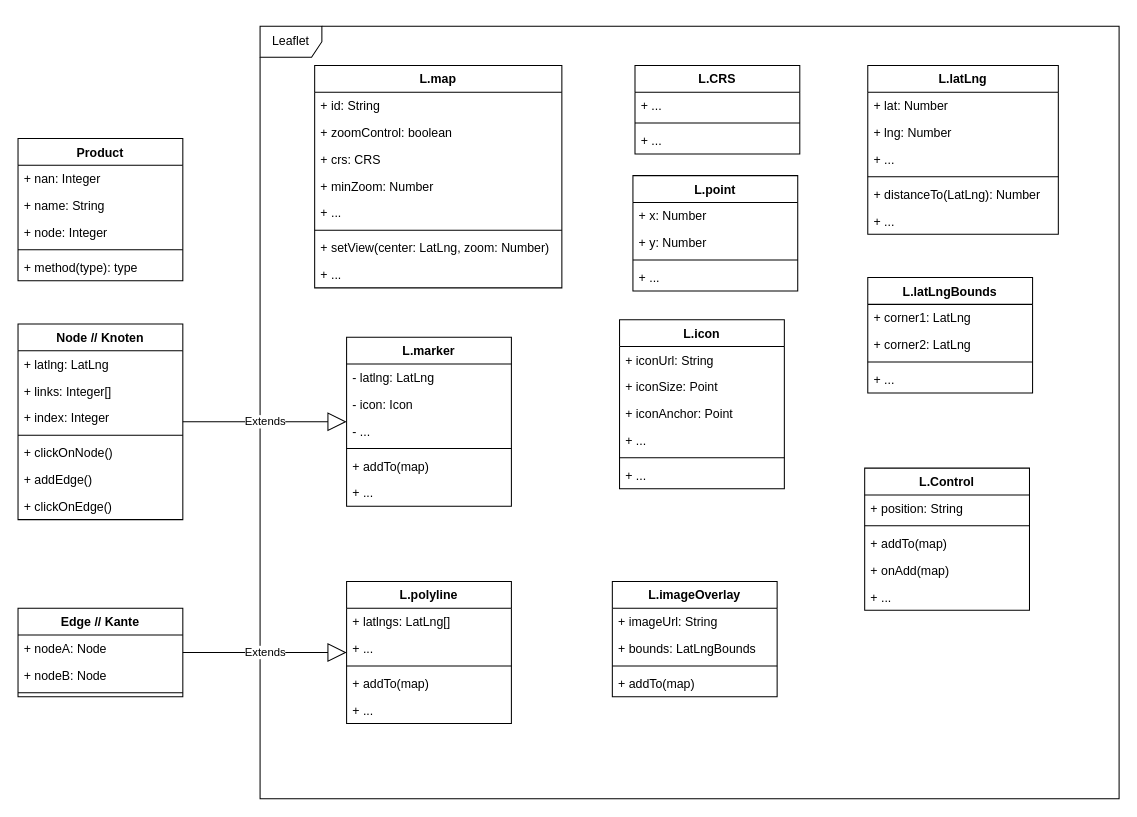
Earlier version of the draw.io diagram page "Klassendiagramm" (1 of 2) of drawio/indoor-navigation.drawio (danielgilbers/indoor-navigation). Source tidied: cells renumbered, new cells numbered last; positions are measured from the earlier drawing's top-left corner, leaving out a move shared by most shapes. Both pictures are drawn from the tidied source at 103%, with x=0, y=0 at pixel (18, 26).
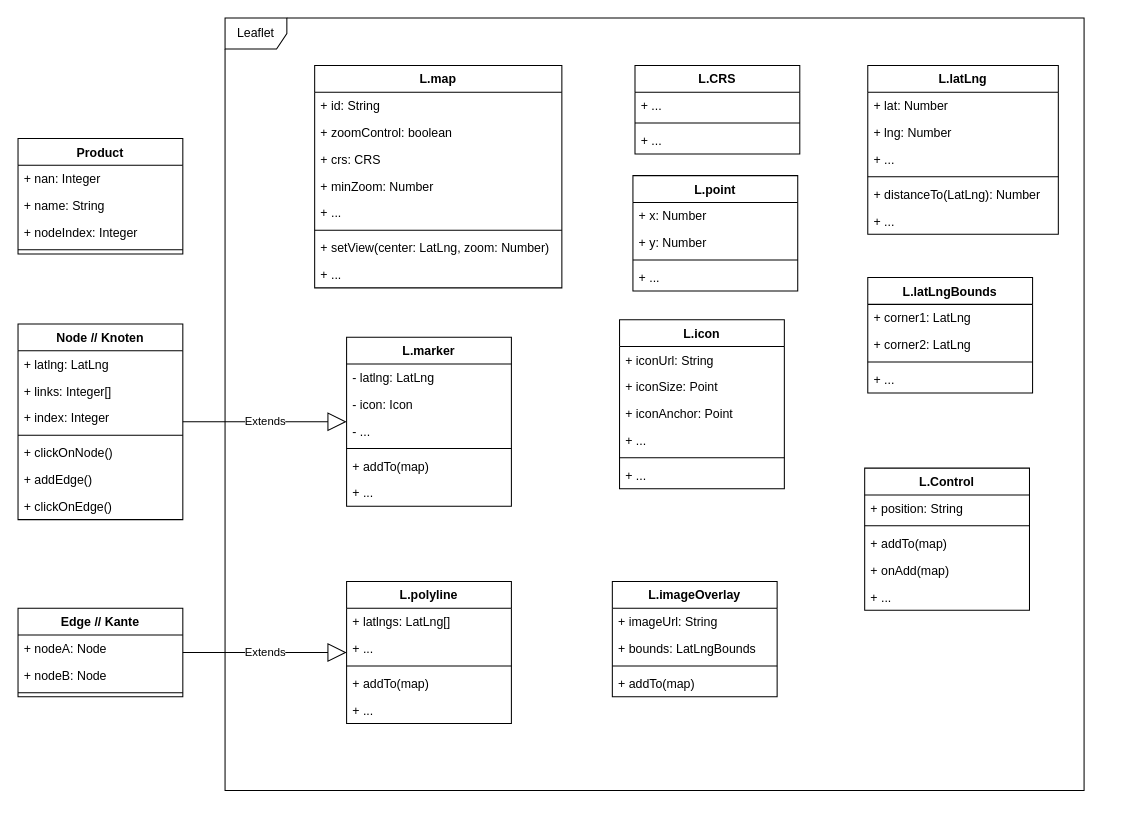
After the change.

Change to the diagram source:
```diff
@@
     <mxCell id="2" value="Leaflet" style="shape=umlFrame;whiteSpace=wrap;html=1;" parent="1" vertex="1">
-      <mxGeometry x="235" width="834" height="750" as="geometry" />
+      <mxGeometry x="201" y="-8" width="834" height="750" as="geometry" />
     </mxCell>
@@
     <mxCell id="78" value="Product" style="swimlane;fontStyle=1;align=center;verticalAlign=top;horizontal=1;startSize=26;" parent="1" vertex="1">
-      <mxGeometry y="109" width="160" height="138" as="geometry" />
+      <mxGeometry y="109" width="160" height="112" as="geometry" />
     </mxCell>
@@
-    <mxCell id="81" value="+ node: Integer" style="text;strokeColor=none;fillColor=none;align=left;verticalAlign=top;spacingLeft=4;spacingRight=4;overflow=hidden;" parent="78" vertex="1">
+    <mxCell id="81" value="+ nodeIndex: Integer" style="text;strokeColor=none;fillColor=none;align=left;verticalAlign=top;spacingLeft=4;spacingRight=4;overflow=hidden;" parent="78" vertex="1">
       <mxGeometry y="78" width="160" height="26" as="geometry" />
     </mxCell>
@@
-    <mxCell id="83" value="+ method(type): type" style="text;strokeColor=none;fillColor=none;align=left;verticalAlign=top;spacingLeft=4;spacingRight=4;overflow=hidden;" parent="78" vertex="1">
-      <mxGeometry y="112" width="160" height="26" as="geometry" />
-    </mxCell>
```
